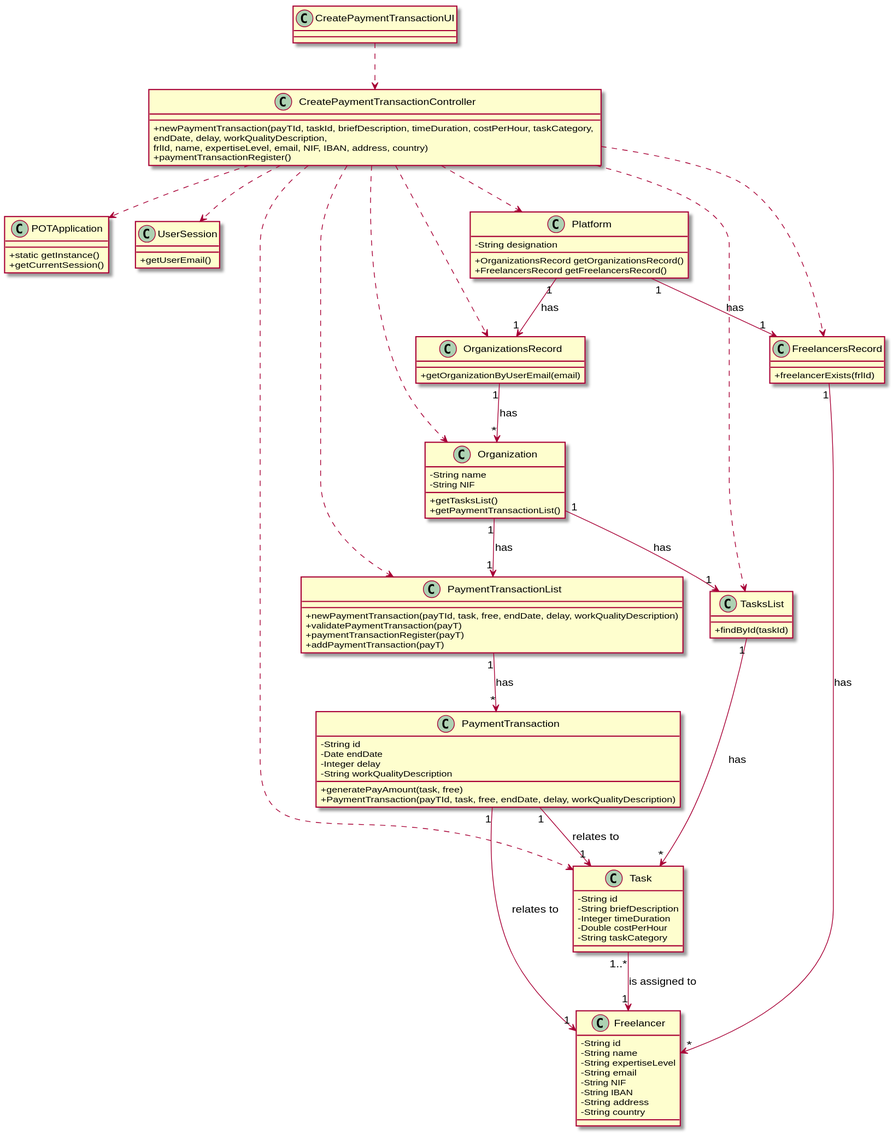
pedrolemos4/LAPR2 keeps this PlantUML diagram as docs/UC3 - Create Payment Transaction/UC3_CD.svg. Above is the earlier version.
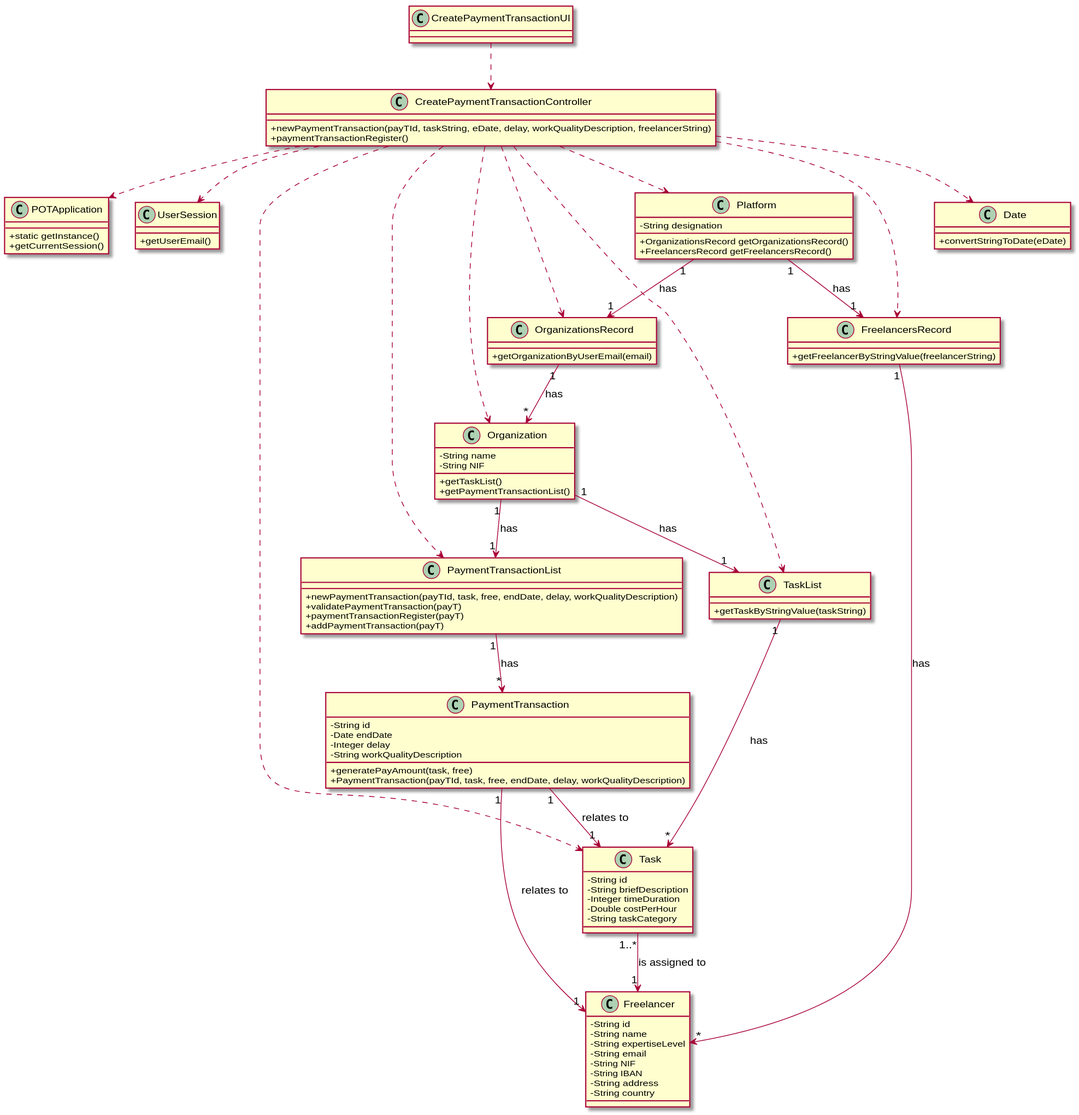
After the commit.

The edit, as a diff of the source:
```diff
@@ -34,13 +34,13 @@
 class Organization {
   -String name
   -String NIF
-  +getTasksList()
+  +getTaskList()
   +getPaymentTransactionList()
 
 }
 
-class TasksList {
-  +findById(taskId)
+class TaskList {
+  +getTaskByStringValue(taskString)
 }
 
 class Platform {
@@ -50,15 +50,15 @@
 }
 
 class FreelancersRecord {
-  +freelancerExists(frlId)
+  +getFreelancerByStringValue(freelancerString)
 }
 
-class OrganizationsRecord  {
+class OrganizationsRecord {
   +getOrganizationByUserEmail(email)
 }
 
 class CreatePaymentTransactionController {
-  +newPaymentTransaction(payTId, taskId, briefDescription, timeDuration, costPerHour, taskCategory, \nendDate, delay, workQualityDescription, \nfrlId, name, expertiseLevel, email, NIF, IBAN, address, country)
+  +newPaymentTransaction(payTId, taskString, eDate, delay, workQualityDescription, freelancerString)
   +paymentTransactionRegister()
 }
 
@@ -81,25 +81,30 @@
   +addPaymentTransaction(payT)
 }
 
+class Date {
+ +convertStringToDate(eDate)
+}
+
 CreatePaymentTransactionUI ..> CreatePaymentTransactionController
 CreatePaymentTransactionController ..> Platform
 CreatePaymentTransactionController ..> Task
 CreatePaymentTransactionController ..> Organization
 CreatePaymentTransactionController ..> POTApplication
 CreatePaymentTransactionController ..> UserSession
-CreatePaymentTransactionController ..> TasksList
+CreatePaymentTransactionController ..> TaskList
 CreatePaymentTransactionController ..> FreelancersRecord
 CreatePaymentTransactionController ..> OrganizationsRecord
 CreatePaymentTransactionController ..> PaymentTransactionList
+CreatePaymentTransactionController ..> Date
 Platform "1" --> "1" FreelancersRecord : has
 Platform "1" --> "1" OrganizationsRecord : has
 
 FreelancersRecord "1" --> "*" Freelancer : has
 OrganizationsRecord "1" --> "*" Organization : has
-Organization "1" --> "1" TasksList : has
+Organization "1" --> "1" TaskList : has
 Organization "1" --> "1" PaymentTransactionList : has
 PaymentTransactionList "1" --> "*" PaymentTransaction : has
-TasksList "1" --> "*" Task : has
+TaskList "1" --> "*" Task : has
 Task "1..*" --> "1" Freelancer : is assigned to
 
 PaymentTransaction "1" --> "1" Freelancer : relates to
```
